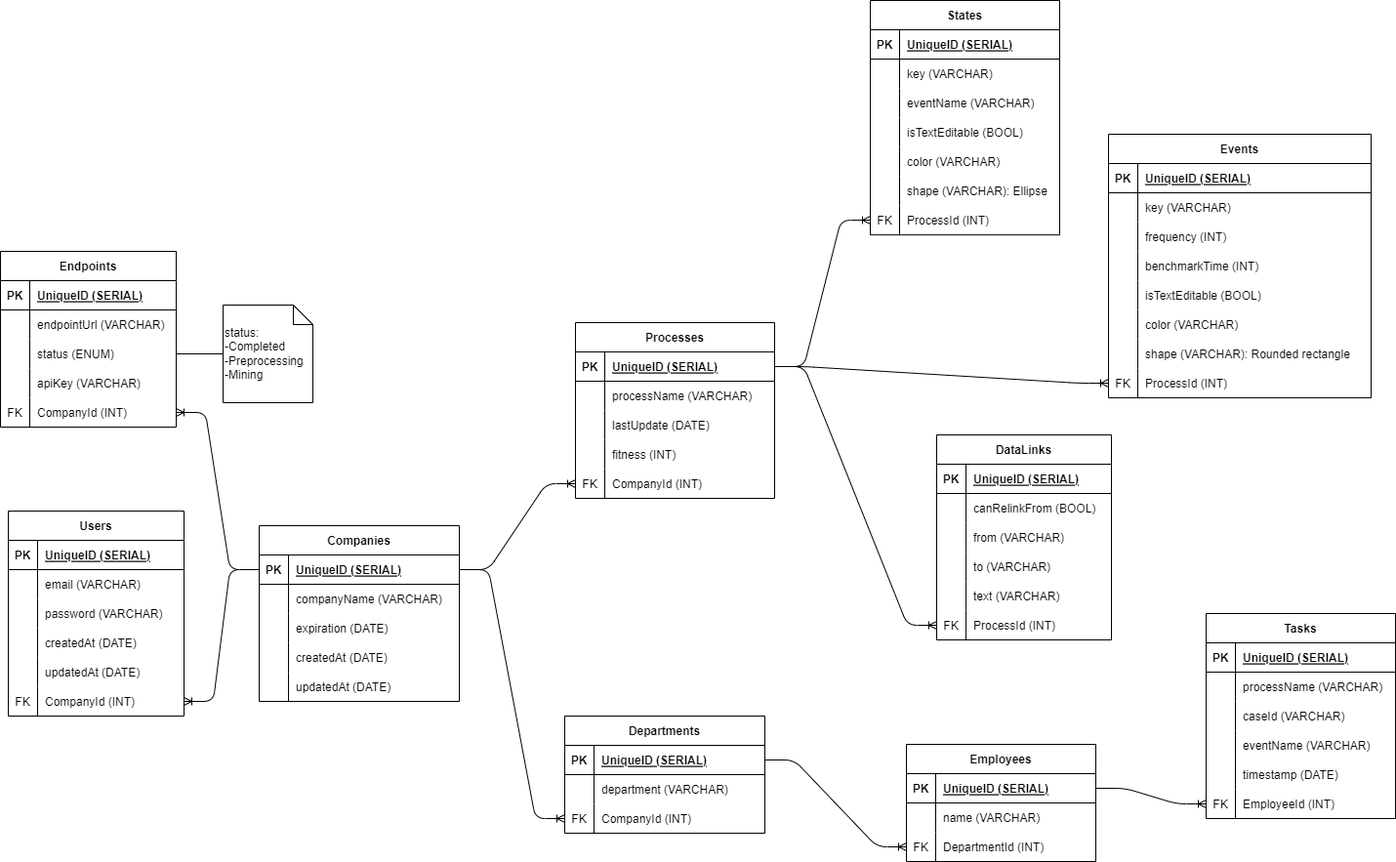
Alexwilliam112/synapse keeps this draw.io diagram as docs/ERD.drawio.png. Above is the earlier version. Source tidied: cells renumbered, new cells last; positions are measured from the earlier drawing's top-left corner, leaving out a move shared by most shapes.
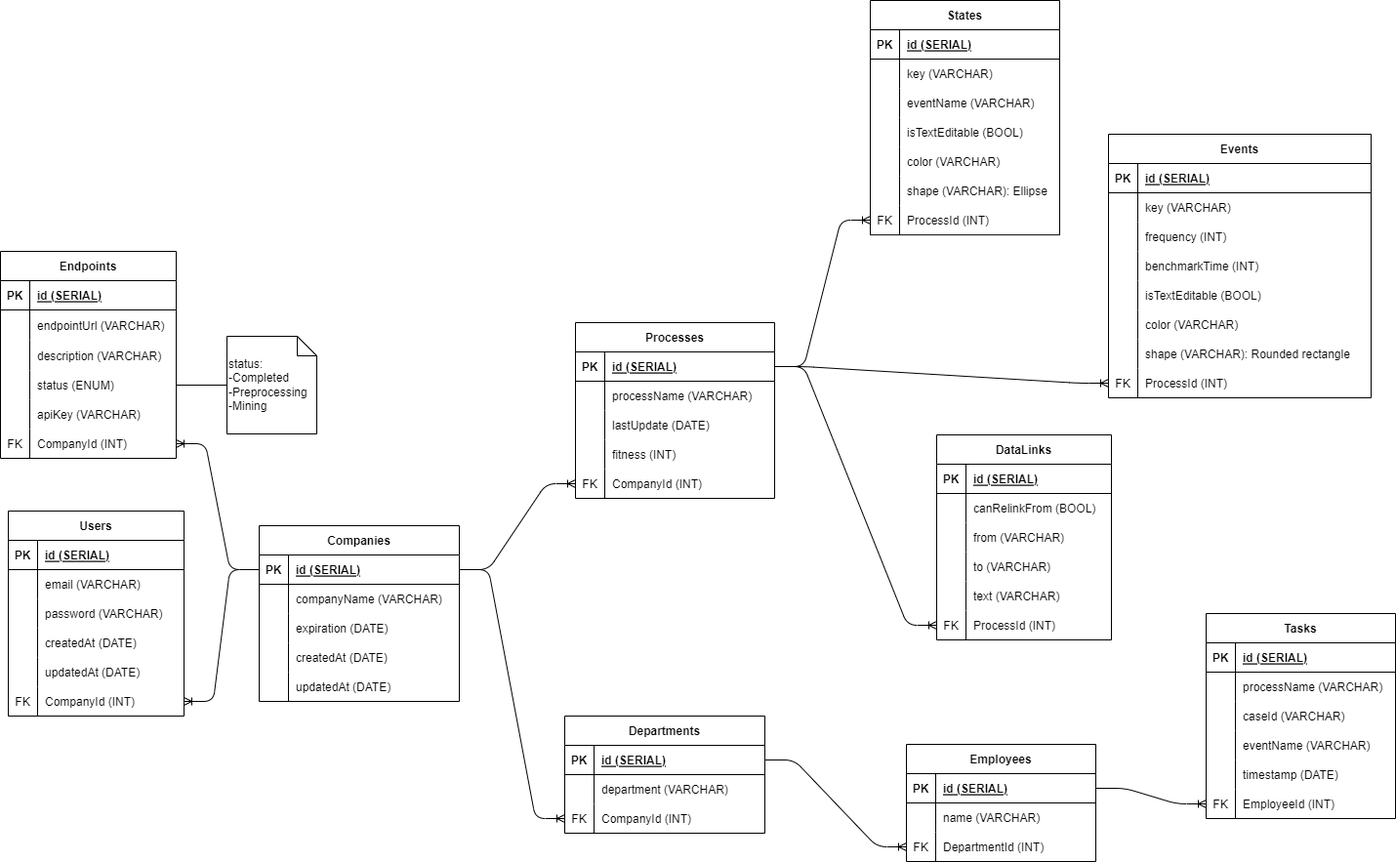
After the commit.

Commit message:
Updated ERD and api docs

What changed in the source:
```diff
@@ -11,7 +11,7 @@
     <mxCell id="4" value="PK" style="shape=partialRectangle;fillColor=none;top=0;left=0;bottom=0;right=0;fontStyle=1;overflow=hidden;" parent="3" vertex="1">
       <mxGeometry width="30" height="30" as="geometry" />
     </mxCell>
-    <mxCell id="5" value="UniqueID (SERIAL)" style="shape=partialRectangle;fillColor=none;top=0;left=0;bottom=0;right=0;align=left;spacingLeft=6;fontStyle=5;overflow=hidden;" parent="3" vertex="1">
+    <mxCell id="5" value="id (SERIAL)" style="shape=partialRectangle;fillColor=none;top=0;left=0;bottom=0;right=0;align=left;spacingLeft=6;fontStyle=5;overflow=hidden;" parent="3" vertex="1">
       <mxGeometry x="30" width="150" height="30" as="geometry" />
     </mxCell>
     <mxCell id="6" style="shape=tableRow;horizontal=0;startSize=0;swimlaneHead=0;swimlaneBody=0;fillColor=none;top=0;left=0;right=0;bottom=0;" parent="2" vertex="1">
@@ -68,7 +68,7 @@
     <mxCell id="23" value="PK" style="shape=partialRectangle;fillColor=none;top=0;left=0;bottom=0;right=0;fontStyle=1;overflow=hidden;" parent="22" vertex="1">
       <mxGeometry width="30" height="30" as="geometry" />
     </mxCell>
-    <mxCell id="24" value="UniqueID (SERIAL)" style="shape=partialRectangle;fillColor=none;top=0;left=0;bottom=0;right=0;align=left;spacingLeft=6;fontStyle=5;overflow=hidden;" parent="22" vertex="1">
+    <mxCell id="24" value="id (SERIAL)" style="shape=partialRectangle;fillColor=none;top=0;left=0;bottom=0;right=0;align=left;spacingLeft=6;fontStyle=5;overflow=hidden;" parent="22" vertex="1">
       <mxGeometry x="30" width="175" height="30" as="geometry" />
     </mxCell>
     <mxCell id="25" style="shape=tableRow;horizontal=0;startSize=0;swimlaneHead=0;swimlaneBody=0;fillColor=none;top=0;left=0;right=0;bottom=0;" parent="21" vertex="1">
@@ -119,7 +119,7 @@
     <mxCell id="40" value="PK" style="shape=partialRectangle;fillColor=none;top=0;left=0;bottom=0;right=0;fontStyle=1;overflow=hidden;" parent="39" vertex="1">
       <mxGeometry width="30" height="30" as="geometry" />
     </mxCell>
-    <mxCell id="41" value="UniqueID (SERIAL)" style="shape=partialRectangle;fillColor=none;top=0;left=0;bottom=0;right=0;align=left;spacingLeft=6;fontStyle=5;overflow=hidden;" parent="39" vertex="1">
+    <mxCell id="41" value="id (SERIAL)" style="shape=partialRectangle;fillColor=none;top=0;left=0;bottom=0;right=0;align=left;spacingLeft=6;fontStyle=5;overflow=hidden;" parent="39" vertex="1">
       <mxGeometry x="30" width="174" height="30" as="geometry" />
     </mxCell>
     <mxCell id="42" style="shape=tableRow;horizontal=0;startSize=0;swimlaneHead=0;swimlaneBody=0;fillColor=none;top=0;left=0;right=0;bottom=0;" parent="38" vertex="1">
@@ -167,7 +167,7 @@
     <mxCell id="56" value="PK" style="shape=partialRectangle;fillColor=none;top=0;left=0;bottom=0;right=0;fontStyle=1;overflow=hidden;" parent="55" vertex="1">
       <mxGeometry width="30" height="30" as="geometry" />
     </mxCell>
-    <mxCell id="57" value="UniqueID (SERIAL)" style="shape=partialRectangle;fillColor=none;top=0;left=0;bottom=0;right=0;align=left;spacingLeft=6;fontStyle=5;overflow=hidden;" parent="55" vertex="1">
+    <mxCell id="57" value="id (SERIAL)" style="shape=partialRectangle;fillColor=none;top=0;left=0;bottom=0;right=0;align=left;spacingLeft=6;fontStyle=5;overflow=hidden;" parent="55" vertex="1">
       <mxGeometry x="30" width="164" height="30" as="geometry" />
     </mxCell>
     <mxCell id="58" style="shape=tableRow;horizontal=0;startSize=0;swimlaneHead=0;swimlaneBody=0;fillColor=none;top=0;left=0;right=0;bottom=0;" parent="54" vertex="1">
@@ -236,7 +236,7 @@
     <mxCell id="79" value="PK" style="shape=partialRectangle;fillColor=none;top=0;left=0;bottom=0;right=0;fontStyle=1;overflow=hidden;" parent="78" vertex="1">
       <mxGeometry width="30" height="30" as="geometry" />
     </mxCell>
-    <mxCell id="80" value="UniqueID (SERIAL)" style="shape=partialRectangle;fillColor=none;top=0;left=0;bottom=0;right=0;align=left;spacingLeft=6;fontStyle=5;overflow=hidden;" parent="78" vertex="1">
+    <mxCell id="80" value="id (SERIAL)" style="shape=partialRectangle;fillColor=none;top=0;left=0;bottom=0;right=0;align=left;spacingLeft=6;fontStyle=5;overflow=hidden;" parent="78" vertex="1">
       <mxGeometry x="30" width="239" height="30" as="geometry" />
     </mxCell>
     <mxCell id="81" style="shape=tableRow;horizontal=0;startSize=0;swimlaneHead=0;swimlaneBody=0;fillColor=none;top=0;left=0;right=0;bottom=0;" parent="77" vertex="1">
@@ -314,7 +314,7 @@
     <mxCell id="105" value="PK" style="shape=partialRectangle;fillColor=none;top=0;left=0;bottom=0;right=0;fontStyle=1;overflow=hidden;" parent="104" vertex="1">
       <mxGeometry width="30" height="30" as="geometry" />
     </mxCell>
-    <mxCell id="106" value="UniqueID (SERIAL)" style="shape=partialRectangle;fillColor=none;top=0;left=0;bottom=0;right=0;align=left;spacingLeft=6;fontStyle=5;overflow=hidden;" parent="104" vertex="1">
+    <mxCell id="106" value="id (SERIAL)" style="shape=partialRectangle;fillColor=none;top=0;left=0;bottom=0;right=0;align=left;spacingLeft=6;fontStyle=5;overflow=hidden;" parent="104" vertex="1">
       <mxGeometry x="30" width="149" height="30" as="geometry" />
     </mxCell>
     <mxCell id="107" style="shape=tableRow;horizontal=0;startSize=0;swimlaneHead=0;swimlaneBody=0;fillColor=none;top=0;left=0;right=0;bottom=0;" parent="103" vertex="1">
@@ -374,7 +374,7 @@
     <mxCell id="125" value="PK" style="shape=partialRectangle;fillColor=none;top=0;left=0;bottom=0;right=0;fontStyle=1;overflow=hidden;" parent="124" vertex="1">
       <mxGeometry width="30" height="30" as="geometry" />
     </mxCell>
-    <mxCell id="126" value="UniqueID (SERIAL)" style="shape=partialRectangle;fillColor=none;top=0;left=0;bottom=0;right=0;align=left;spacingLeft=6;fontStyle=5;overflow=hidden;" parent="124" vertex="1">
+    <mxCell id="126" value="id (SERIAL)" style="shape=partialRectangle;fillColor=none;top=0;left=0;bottom=0;right=0;align=left;spacingLeft=6;fontStyle=5;overflow=hidden;" parent="124" vertex="1">
       <mxGeometry x="30" width="164" height="30" as="geometry" />
     </mxCell>
     <mxCell id="127" style="shape=tableRow;horizontal=0;startSize=0;swimlaneHead=0;swimlaneBody=0;fillColor=none;top=0;left=0;right=0;bottom=0;" parent="123" vertex="1">
@@ -396,7 +396,7 @@
       <mxGeometry x="30" width="164" height="30" as="geometry" />
     </mxCell>
     <mxCell id="133" value="Endpoints" style="shape=table;startSize=30;rowLines=0;fontStyle=1;align=center;" parent="1" vertex="1">
-      <mxGeometry y="257" width="180" height="180" as="geometry" />
+      <mxGeometry y="257" width="180" height="212" as="geometry" />
     </mxCell>
     <mxCell id="134" style="shape=tableRow;horizontal=0;startSize=0;swimlaneHead=0;swimlaneBody=0;fillColor=none;top=0;left=0;right=0;bottom=1;" parent="133" vertex="1">
       <mxGeometry y="30" width="180" height="30" as="geometry" />
@@ -404,20 +404,29 @@
     <mxCell id="135" value="PK" style="shape=partialRectangle;fillColor=none;top=0;left=0;bottom=0;right=0;fontStyle=1;overflow=hidden;" parent="134" vertex="1">
       <mxGeometry width="30" height="30" as="geometry" />
     </mxCell>
-    <mxCell id="136" value="UniqueID (SERIAL)" style="shape=partialRectangle;fillColor=none;top=0;left=0;bottom=0;right=0;align=left;spacingLeft=6;fontStyle=5;overflow=hidden;" parent="134" vertex="1">
+    <mxCell id="136" value="id (SERIAL)" style="shape=partialRectangle;fillColor=none;top=0;left=0;bottom=0;right=0;align=left;spacingLeft=6;fontStyle=5;overflow=hidden;" parent="134" vertex="1">
       <mxGeometry x="30" width="150" height="30" as="geometry" />
     </mxCell>
     <mxCell id="137" style="shape=tableRow;horizontal=0;startSize=0;swimlaneHead=0;swimlaneBody=0;fillColor=none;top=0;left=0;right=0;bottom=0;" parent="133" vertex="1">
-      <mxGeometry y="60" width="180" height="30" as="geometry" />
+      <mxGeometry y="60" width="180" height="31" as="geometry" />
     </mxCell>
     <mxCell id="138" style="shape=partialRectangle;fillColor=none;top=0;left=0;bottom=0;right=0;overflow=hidden;" parent="137" vertex="1">
-      <mxGeometry width="30" height="30" as="geometry" />
+      <mxGeometry width="30" height="31" as="geometry" />
     </mxCell>
     <mxCell id="139" value="endpointUrl (VARCHAR)" style="shape=partialRectangle;fillColor=none;top=0;left=0;bottom=0;right=0;align=left;spacingLeft=6;overflow=hidden;" parent="137" vertex="1">
-      <mxGeometry x="30" width="150" height="30" as="geometry" />
+      <mxGeometry x="30" width="150" height="31" as="geometry" />
     </mxCell>
+    <mxCell id="185" style="shape=tableRow;horizontal=0;startSize=0;swimlaneHead=0;swimlaneBody=0;fillColor=none;top=0;left=0;right=0;bottom=0;" parent="133" vertex="1">
+      <mxGeometry y="91" width="180" height="31" as="geometry" />
+    </mxCell>
+    <mxCell id="186" style="shape=partialRectangle;fillColor=none;top=0;left=0;bottom=0;right=0;overflow=hidden;" parent="185" vertex="1">
+      <mxGeometry width="30" height="31" as="geometry" />
+    </mxCell>
+    <mxCell id="187" value="description (VARCHAR)" style="shape=partialRectangle;fillColor=none;top=0;left=0;bottom=0;right=0;align=left;spacingLeft=6;overflow=hidden;" parent="185" vertex="1">
+      <mxGeometry x="30" width="150" height="31" as="geometry" />
+    </mxCell>
     <mxCell id="140" style="shape=tableRow;horizontal=0;startSize=0;swimlaneHead=0;swimlaneBody=0;fillColor=none;points=[[0,0.5],[1,0.5]];portConstraint=eastwest;top=0;left=0;right=0;bottom=0;" parent="133" vertex="1">
-      <mxGeometry y="90" width="180" height="30" as="geometry" />
+      <mxGeometry y="122" width="180" height="30" as="geometry" />
     </mxCell>
     <mxCell id="141" style="shape=partialRectangle;fillColor=none;top=0;left=0;bottom=0;right=0;overflow=hidden;" parent="140" vertex="1">
       <mxGeometry width="30" height="30" as="geometry" />
@@ -426,7 +435,7 @@
       <mxGeometry x="30" width="150" height="30" as="geometry" />
     </mxCell>
     <mxCell id="143" style="shape=tableRow;horizontal=0;startSize=0;swimlaneHead=0;swimlaneBody=0;fillColor=none;top=0;left=0;right=0;bottom=0;" parent="133" vertex="1">
-      <mxGeometry y="120" width="180" height="30" as="geometry" />
+      <mxGeometry y="152" width="180" height="30" as="geometry" />
     </mxCell>
     <mxCell id="144" style="shape=partialRectangle;fillColor=none;top=0;left=0;bottom=0;right=0;overflow=hidden;" parent="143" vertex="1">
       <mxGeometry width="30" height="30" as="geometry" />
@@ -435,7 +444,7 @@
       <mxGeometry x="30" width="150" height="30" as="geometry" />
     </mxCell>
     <mxCell id="146" style="shape=tableRow;horizontal=0;startSize=0;swimlaneHead=0;swimlaneBody=0;fillColor=none;points=[[0,0.5],[1,0.5]];portConstraint=eastwest;top=0;left=0;right=0;bottom=0;" parent="133" vertex="1">
-      <mxGeometry y="150" width="180" height="30" as="geometry" />
+      <mxGeometry y="182" width="180" height="30" as="geometry" />
     </mxCell>
     <mxCell id="147" value="FK" style="shape=partialRectangle;fillColor=none;top=0;left=0;bottom=0;right=0;overflow=hidden;" parent="146" vertex="1">
       <mxGeometry width="30" height="30" as="geometry" />
@@ -447,7 +456,7 @@
       <mxGeometry relative="1" as="geometry" />
     </mxCell>
     <mxCell id="150" value="status:&lt;br&gt;-Completed&lt;br&gt;-Preprocessing&lt;br&gt;-Mining" style="shape=note;size=20;whiteSpace=wrap;html=1;align=left;" parent="1" vertex="1">
-      <mxGeometry x="228" y="312" width="92" height="100" as="geometry" />
+      <mxGeometry x="232" y="344" width="92" height="100" as="geometry" />
     </mxCell>
     <mxCell id="151" style="endArrow=none;html=1;rounded=0;" parent="1" edge="1" source="140" target="150">
       <mxGeometry relative="1" as="geometry" />
@@ -461,7 +470,7 @@
     <mxCell id="154" value="PK" style="shape=partialRectangle;fillColor=none;top=0;left=0;bottom=0;right=0;fontStyle=1;overflow=hidden;" parent="153" vertex="1">
       <mxGeometry width="30" height="30" as="geometry" />
     </mxCell>
-    <mxCell id="155" value="UniqueID (SERIAL)" style="shape=partialRectangle;fillColor=none;top=0;left=0;bottom=0;right=0;align=left;spacingLeft=6;fontStyle=5;overflow=hidden;" parent="153" vertex="1">
+    <mxCell id="155" value="id (SERIAL)" style="shape=partialRectangle;fillColor=none;top=0;left=0;bottom=0;right=0;align=left;spacingLeft=6;fontStyle=5;overflow=hidden;" parent="153" vertex="1">
       <mxGeometry x="30" width="175" height="30" as="geometry" />
     </mxCell>
     <mxCell id="156" style="shape=tableRow;horizontal=0;startSize=0;swimlaneHead=0;swimlaneBody=0;fillColor=none;top=0;left=0;right=0;bottom=0;" parent="152" vertex="1">
@@ -497,7 +506,7 @@
     <mxCell id="166" value="PK" style="shape=partialRectangle;fillColor=none;top=0;left=0;bottom=0;right=0;fontStyle=1;overflow=hidden;" parent="165" vertex="1">
       <mxGeometry width="30" height="30" as="geometry" />
     </mxCell>
-    <mxCell id="167" value="UniqueID (SERIAL)" style="shape=partialRectangle;fillColor=none;top=0;left=0;bottom=0;right=0;align=left;spacingLeft=6;fontStyle=5;overflow=hidden;" parent="165" vertex="1">
+    <mxCell id="167" value="id (SERIAL)" style="shape=partialRectangle;fillColor=none;top=0;left=0;bottom=0;right=0;align=left;spacingLeft=6;fontStyle=5;overflow=hidden;" parent="165" vertex="1">
       <mxGeometry x="30" width="164" height="30" as="geometry" />
     </mxCell>
     <mxCell id="168" style="shape=tableRow;horizontal=0;startSize=0;swimlaneHead=0;swimlaneBody=0;fillColor=none;top=0;left=0;right=0;bottom=0;" parent="164" vertex="1">
```
